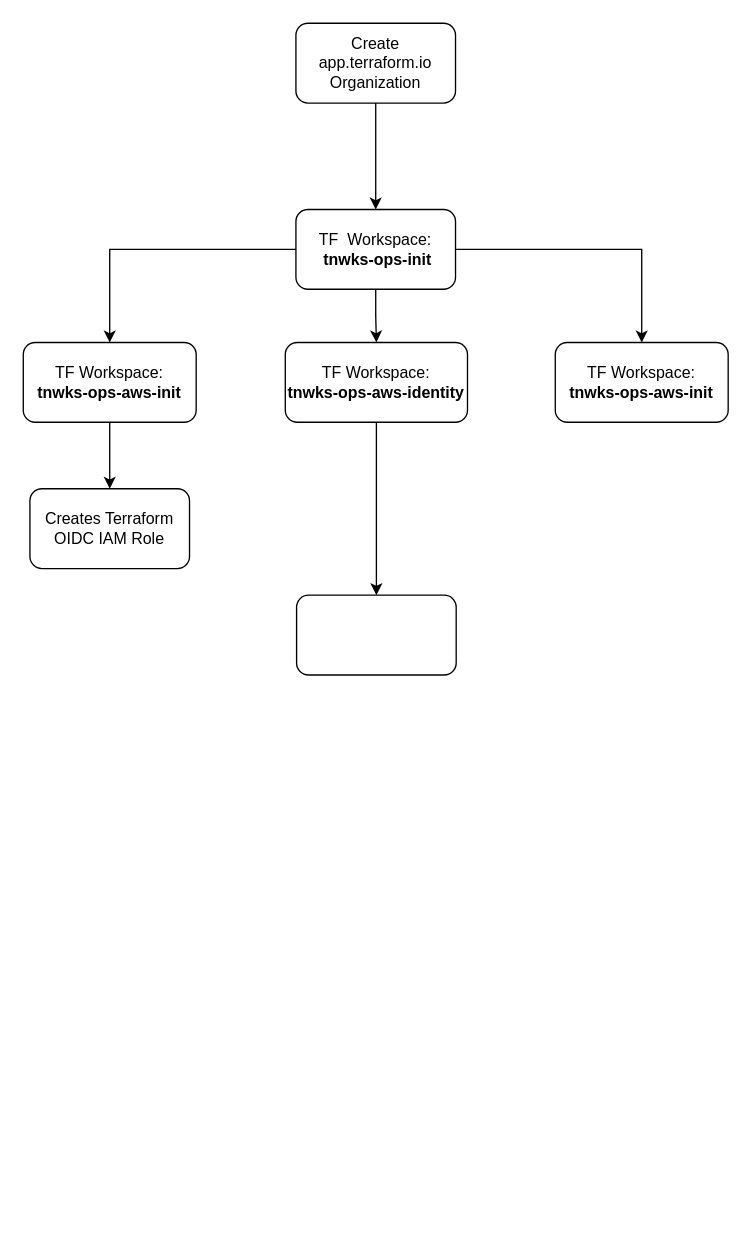
This is docs/diagrams/tnwks-ops-tfcloud-flow.drawio from iT3E/tnwks-ops, a draw.io file, before an edit. Source tidied: cells renumbered, new cells numbered last; positions are measured from the earlier drawing's top-left corner, leaving out a move shared by most shapes. Both pictures are drawn from the tidied source at 133%, with x=0, y=0 at pixel (23, 23).
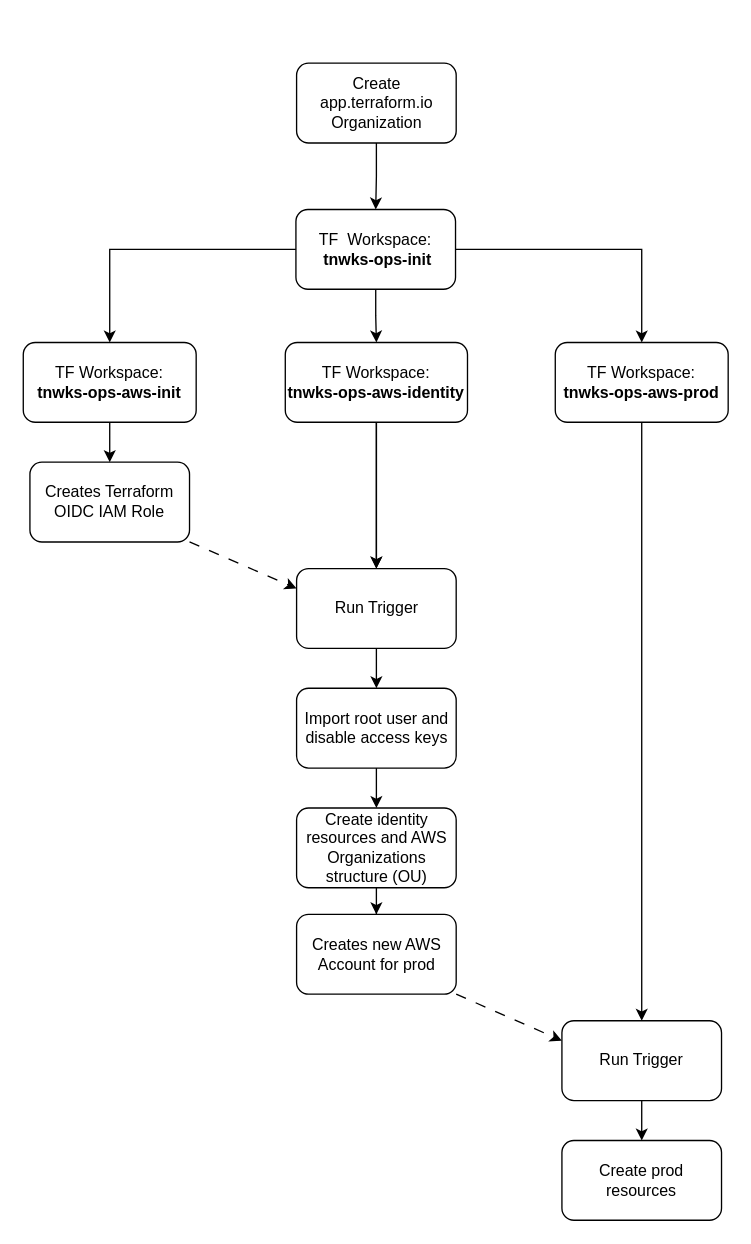
The same page after the edit.

Commit message:
📖 DOC: tfcloud flow updates

Unchanged cells that the change refers to:
```xml
<mxCell id="11" value="TF Workspace:&lt;br style=&quot;border-color: var(--border-color);&quot;&gt;&lt;b&gt;tnwks-ops-aws-identity&lt;/b&gt;" style="whiteSpace=wrap;html=1;rounded=1;" parent="1" vertex="1">
  <mxGeometry x="197" y="240" width="137" height="60" as="geometry" />
</mxCell>
```

Change to the diagram source:
```diff
@@
     <mxCell id="3" value="Create app.terraform.io Organization" style="rounded=1;whiteSpace=wrap;html=1;" parent="1" vertex="1">
-      <mxGeometry x="205" width="120" height="60" as="geometry" />
+      <mxGeometry x="205.5" y="30" width="120" height="60" as="geometry" />
     </mxCell>
@@
-    <mxCell id="10" style="edgeStyle=orthogonalEdgeStyle;rounded=0;jettySize=auto;html=1;" parent="1" edge="1" source="11" target="14">
+    <mxCell id="10" style="edgeStyle=orthogonalEdgeStyle;rounded=0;jettySize=auto;html=1;entryX=0.5;entryY=0;entryDx=0;entryDy=0;" parent="1" edge="1" source="24" target="20">
       <mxGeometry relative="1" as="geometry" />
     </mxCell>
+    <mxCell id="15" style="edgeStyle=orthogonalEdgeStyle;rounded=0;jettySize=auto;html=1;" parent="1" edge="1" source="11" target="24">
+      <mxGeometry relative="1" as="geometry" />
+    </mxCell>
@@
+    <mxCell id="16" style="edgeStyle=orthogonalEdgeStyle;rounded=0;jettySize=auto;html=1;" parent="1" edge="1" source="12" target="26">
+      <mxGeometry relative="1" as="geometry" />
+    </mxCell>
-    <mxCell id="12" value="&lt;span style=&quot;font-weight: normal;&quot;&gt;TF Workspace:&lt;/span&gt;&lt;br style=&quot;border-color: var(--border-color);&quot;&gt;tnwks-ops-aws-init" style="whiteSpace=wrap;html=1;rounded=1;fontStyle=1;" parent="1" vertex="1">
+    <mxCell id="12" value="&lt;span style=&quot;font-weight: normal;&quot;&gt;TF Workspace:&lt;/span&gt;&lt;br style=&quot;border-color: var(--border-color);&quot;&gt;tnwks-ops-aws-prod" style="whiteSpace=wrap;html=1;rounded=1;fontStyle=1;" parent="1" vertex="1">
       <mxGeometry x="400" y="240" width="130" height="60" as="geometry" />
     </mxCell>
+    <mxCell id="17" style="rounded=0;jettySize=auto;html=1;exitX=1;exitY=1;exitDx=0;exitDy=0;entryX=0;entryY=0.25;entryDx=0;entryDy=0;dashed=1;dashPattern=8 8;" parent="1" edge="1" source="13" target="24">
+      <mxGeometry relative="1" as="geometry" />
+    </mxCell>
     <mxCell id="13" value="Creates Terraform OIDC IAM Role" style="whiteSpace=wrap;html=1;rounded=1;" parent="1" vertex="1">
-      <mxGeometry x="5" y="350" width="120" height="60" as="geometry" />
+      <mxGeometry x="5" y="330" width="120" height="60" as="geometry" />
     </mxCell>
+    <mxCell id="18" style="edgeStyle=orthogonalEdgeStyle;rounded=0;jettySize=auto;html=1;" parent="1" edge="1" source="14" target="22">
+      <mxGeometry relative="1" as="geometry" />
+    </mxCell>
-    <mxCell id="14" style="whiteSpace=wrap;html=1;rounded=1;" parent="1" vertex="1">
-      <mxGeometry x="205.5" y="430" width="120" height="60" as="geometry" />
+    <mxCell id="14" value="Create identity resources and AWS Organizations structure (OU)" style="whiteSpace=wrap;html=1;rounded=1;" parent="1" vertex="1">
+      <mxGeometry x="205.5" y="590" width="120" height="60" as="geometry" />
     </mxCell>
+    <mxCell id="19" style="edgeStyle=orthogonalEdgeStyle;rounded=0;jettySize=auto;html=1;exitX=0.5;exitY=1;exitDx=0;exitDy=0;entryX=0.5;entryY=0;entryDx=0;entryDy=0;" parent="1" edge="1" source="20" target="14">
+      <mxGeometry relative="1" as="geometry" />
+    </mxCell>
+    <mxCell id="20" value="Import root user and disable access keys" style="whiteSpace=wrap;html=1;rounded=1;" parent="1" vertex="1">
+      <mxGeometry x="205.5" y="500" width="120" height="60" as="geometry" />
+    </mxCell>
+    <mxCell id="21" style="rounded=0;jettySize=auto;html=1;exitX=1;exitY=1;exitDx=0;exitDy=0;entryX=0;entryY=0.25;entryDx=0;entryDy=0;dashed=1;dashPattern=8 8;" parent="1" edge="1" source="22" target="26">
+      <mxGeometry relative="1" as="geometry" />
+    </mxCell>
+    <mxCell id="22" value="Creates new AWS Account for prod" style="whiteSpace=wrap;html=1;rounded=1;" parent="1" vertex="1">
+      <mxGeometry x="205.5" y="670" width="120" height="60" as="geometry" />
+    </mxCell>
+    <mxCell id="23" style="edgeStyle=orthogonalEdgeStyle;rounded=0;jettySize=auto;html=1;entryX=0.5;entryY=0;entryDx=0;entryDy=0;" parent="1" edge="1" source="11" target="24">
+      <mxGeometry relative="1" as="geometry" />
+    </mxCell>
+    <mxCell id="24" value="Run Trigger" style="whiteSpace=wrap;html=1;rounded=1;" parent="1" vertex="1">
+      <mxGeometry x="205.5" y="410" width="120" height="60" as="geometry" />
+    </mxCell>
+    <mxCell id="25" style="edgeStyle=orthogonalEdgeStyle;rounded=0;jettySize=auto;html=1;" parent="1" edge="1" source="26" target="27">
+      <mxGeometry relative="1" as="geometry" />
+    </mxCell>
+    <mxCell id="26" value="&lt;span style=&quot;font-weight: normal;&quot;&gt;Run Trigger&lt;/span&gt;" style="whiteSpace=wrap;html=1;rounded=1;fontStyle=1;" parent="1" vertex="1">
+      <mxGeometry x="405" y="750" width="120" height="60" as="geometry" />
+    </mxCell>
+    <mxCell id="27" value="&lt;span style=&quot;font-weight: normal;&quot;&gt;Create prod resources&lt;/span&gt;" style="whiteSpace=wrap;html=1;rounded=1;fontStyle=1;" parent="1" vertex="1">
+      <mxGeometry x="405" y="840" width="120" height="60" as="geometry" />
+    </mxCell>
```
